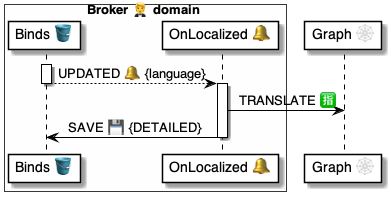
pollyweb-org/pollyweb-docs keeps this PlantUML diagram as 4 ⚙️ Solution/20 🧑‍🦰 UI/Brokers 🤵/🤵🪣 Broker tables/Binds 🔗 table/🪣🧱 51 Localized 🔔 event/🤵 OnBindLocalized ⚙️ uml.png. Above is the earlier version. Its source is kept beside it as 4 ⚙️ Solution/20 🧑‍🦰 UI/Brokers 🤵/🤵🪣 Broker tables/Binds 🔗 table/🪣🧱 51 Localized 🔔 event/🤵 OnBindLocalized ⚙️ uml.puml.
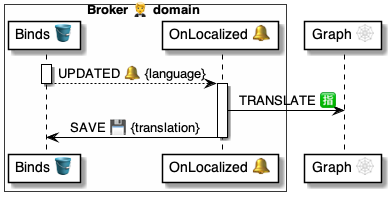
Later version of the same file.

The edit, as a diff of the source:
```diff
@@ -15,7 +15,7 @@
 
 activate handler
     handler -> graph: TRANSLATE 🈯
-    handler -> binds: SAVE 💾 {DETAILED}
+    handler -> binds: SAVE 💾 {translation}
 deactivate handler
 
 
```
